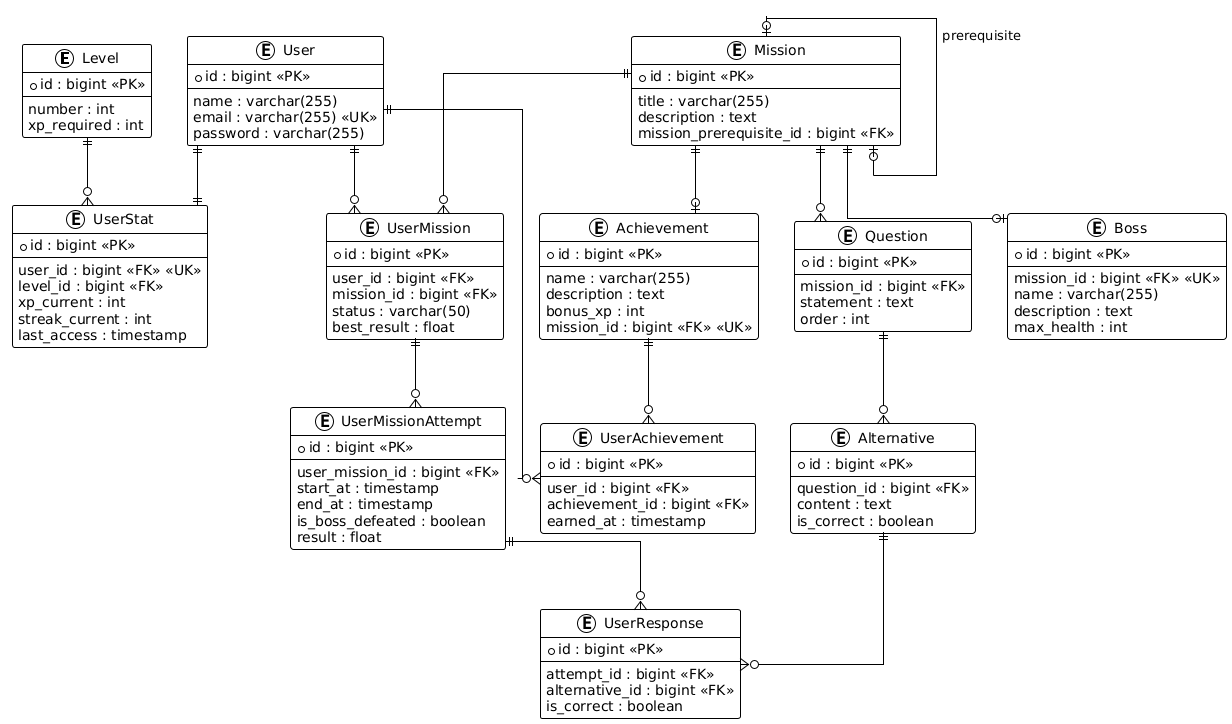
Earlier version of the PlantUML export resources/assets/dbER.png (dhiogonasc/Nexus-RPG).
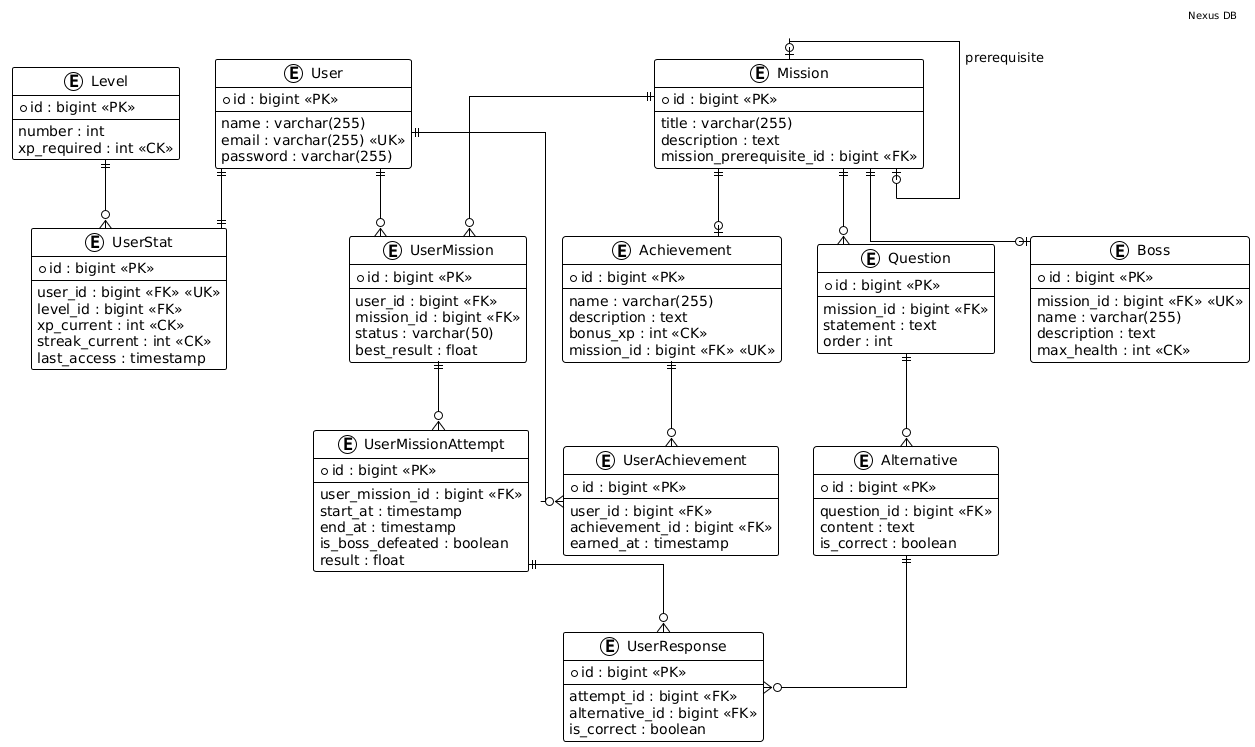
After the commit.

Commit message:
atualizando /assets

Change to the diagram source:
```diff
@@ -7,7 +7,7 @@
     * id : bigint <<PK>>
     --
     number : int
-    xp_required : int
+    xp_required : int <<CK>>
 }
 
 entity "User" as user {
@@ -23,8 +23,8 @@
     --
     user_id : bigint <<FK>> <<UK>>
     level_id : bigint <<FK>>
-    xp_current : int
-    streak_current : int
+    xp_current : int <<CK>>
+    streak_current : int <<CK>>
     last_access : timestamp
 }
 
@@ -42,7 +42,7 @@
     mission_id : bigint <<FK>> <<UK>>
     name : varchar(255)
     description : text
-    max_health : int
+    max_health : int <<CK>>
 }
 
 entity "Question" as question {
@@ -93,7 +93,7 @@
     --
     name : varchar(255)
     description : text
-    bonus_xp : int
+    bonus_xp : int <<CK>>
     mission_id : bigint <<FK>> <<UK>>
 }
 
@@ -119,4 +119,6 @@
 mission ||--o| achievement
 user ||--o{ user_achievement
 achievement ||--o{ user_achievement
+
+header Nexus DB
 @enduml
```
